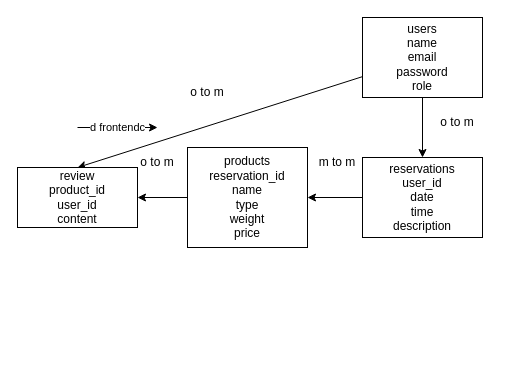
SimoCrisce/capstone-project keeps this draw.io diagram as capstone.drawio. Above is the earlier version. Source tidied: cells renumbered, new cells numbered last; positions are measured from the earlier drawing's top-left corner, leaving out a move shared by most shapes. Both pictures are drawn from the tidied source at 100%, with x=0, y=0 at pixel (17, 17).
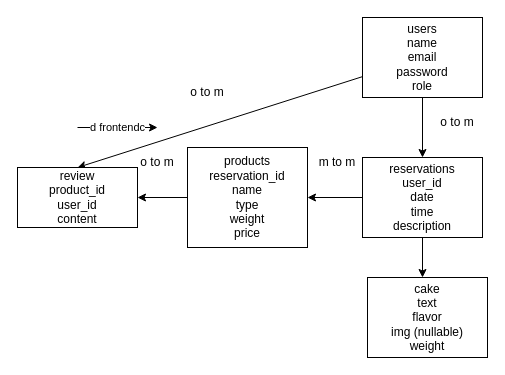
Above is the later version.

What changed in the source:
```diff
@@
 <mxGraphModel>
   <root>
     <mxCell id="0" />
     <mxCell id="1" parent="0" />
     <mxCell id="2" style="edgeStyle=none;html=1;entryX=0.5;entryY=0;entryDx=0;entryDy=0;" parent="1" edge="1" source="4" target="9">
       <mxGeometry relative="1" as="geometry" />
     </mxCell>
     <mxCell id="3" style="edgeStyle=none;html=1;entryX=0.5;entryY=0;entryDx=0;entryDy=0;" parent="1" edge="1" source="4" target="7">
       <mxGeometry relative="1" as="geometry" />
     </mxCell>
     <mxCell id="4" value="users&lt;br&gt;name&lt;br&gt;email&lt;br&gt;password&lt;br&gt;role" style="whiteSpace=wrap;html=1;" parent="1" vertex="1">
       <mxGeometry x="345" width="120" height="80" as="geometry" />
     </mxCell>
     <mxCell id="5" style="edgeStyle=none;html=1;" parent="1" edge="1" source="6" target="7">
       <mxGeometry relative="1" as="geometry" />
     </mxCell>
     <mxCell id="6" value="products&lt;br&gt;reservation_id&lt;br&gt;name&lt;br&gt;type&lt;br&gt;weight&lt;br&gt;price" style="whiteSpace=wrap;html=1;" parent="1" vertex="1">
       <mxGeometry x="170" y="130" width="120" height="100" as="geometry" />
     </mxCell>
     <mxCell id="7" value="review&lt;br&gt;product_id&lt;br&gt;user_id&lt;br&gt;content" style="whiteSpace=wrap;html=1;" parent="1" vertex="1">
       <mxGeometry y="150" width="120" height="60" as="geometry" />
     </mxCell>
     <mxCell id="8" style="edgeStyle=none;html=1;" parent="1" edge="1" source="9" target="6">
       <mxGeometry relative="1" as="geometry" />
     </mxCell>
+    <mxCell id="15" style="edgeStyle=none;html=1;" parent="1" edge="1" source="9">
+      <mxGeometry relative="1" as="geometry">
+        <mxPoint x="405" y="260" as="targetPoint" />
+      </mxGeometry>
+    </mxCell>
     <mxCell id="9" value="reservations&lt;br&gt;user_id&lt;br&gt;date&lt;br&gt;time&lt;br&gt;description" style="whiteSpace=wrap;html=1;" parent="1" vertex="1">
       <mxGeometry x="345" y="140" width="120" height="80" as="geometry" />
     </mxCell>
     <mxCell id="10" value="o to m" style="text;strokeColor=none;align=center;fillColor=none;html=1;verticalAlign=middle;whiteSpace=wrap;rounded=0;" parent="1" vertex="1">
       <mxGeometry x="410" y="90" width="60" height="30" as="geometry" />
     </mxCell>
     <mxCell id="11" value="m to m" style="text;strokeColor=none;align=center;fillColor=none;html=1;verticalAlign=middle;whiteSpace=wrap;rounded=0;" parent="1" vertex="1">
       <mxGeometry x="290" y="130" width="60" height="30" as="geometry" />
     </mxCell>
     <mxCell id="12" value="o to m" style="text;strokeColor=none;align=center;fillColor=none;html=1;verticalAlign=middle;whiteSpace=wrap;rounded=0;" parent="1" vertex="1">
       <mxGeometry x="110" y="130" width="60" height="30" as="geometry" />
     </mxCell>
     <mxCell id="13" value="o to m" style="text;strokeColor=none;align=center;fillColor=none;html=1;verticalAlign=middle;whiteSpace=wrap;rounded=0;" parent="1" vertex="1">
       <mxGeometry x="160" y="60" width="60" height="30" as="geometry" />
     </mxCell>
     <mxCell id="14" value="d frontendc" style="edgeStyle=none;orthogonalLoop=1;jettySize=auto;html=1;" parent="1" edge="1">
       <mxGeometry relative="1" as="geometry">
         <mxPoint x="60" y="110" as="sourcePoint" />
         <mxPoint x="140" y="110" as="targetPoint" />
       </mxGeometry>
     </mxCell>
+    <mxCell id="16" value="cake&lt;br&gt;text&lt;br&gt;flavor&lt;br&gt;img (nullable)&lt;br&gt;weight" style="whiteSpace=wrap;html=1;" parent="1" vertex="1">
+      <mxGeometry x="350" y="260" width="120" height="80" as="geometry" />
+    </mxCell>
   </root>
 </mxGraphModel>
```
